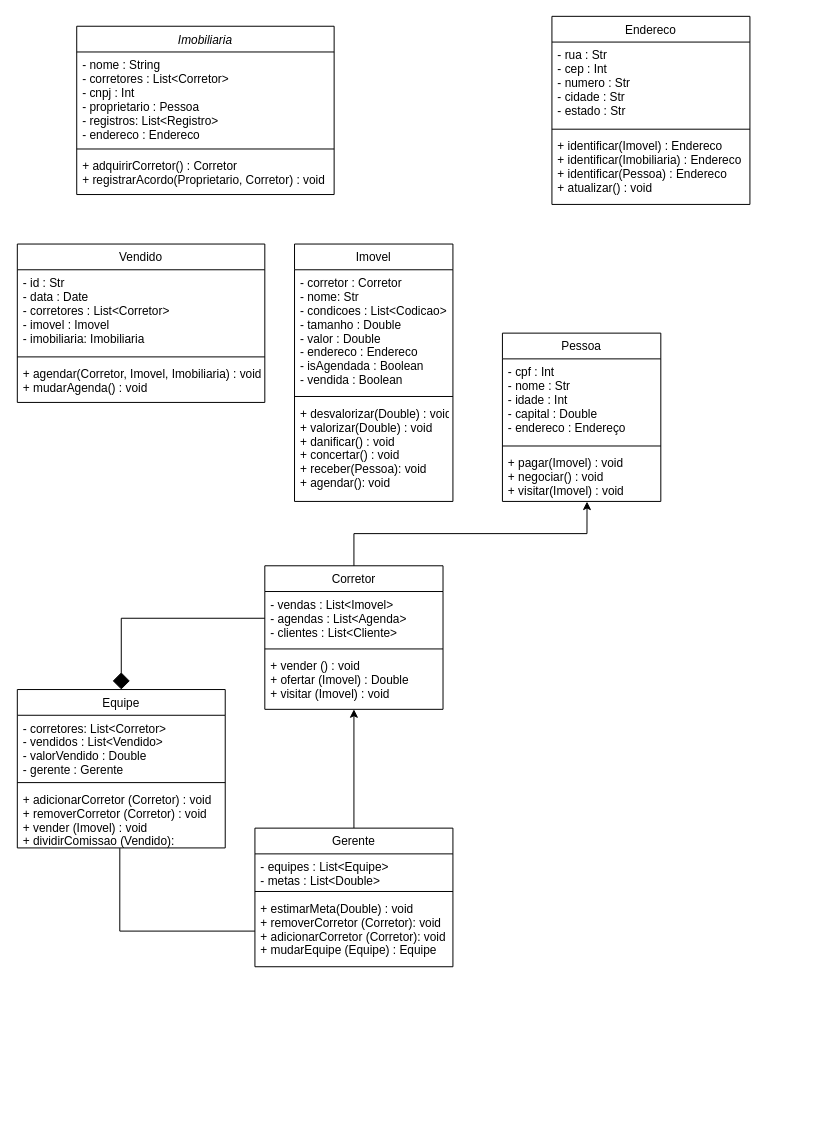
Earlier version of the draw.io diagram Diagrama sem nome.drawio (Sant-Thiago/Estudos). Source tidied: cells renumbered, new cells numbered last; positions are measured from the earlier drawing's top-left corner, leaving out a move shared by most shapes. Both pictures are drawn from the tidied source at 99%, with x=0, y=0 at pixel (17, 16).
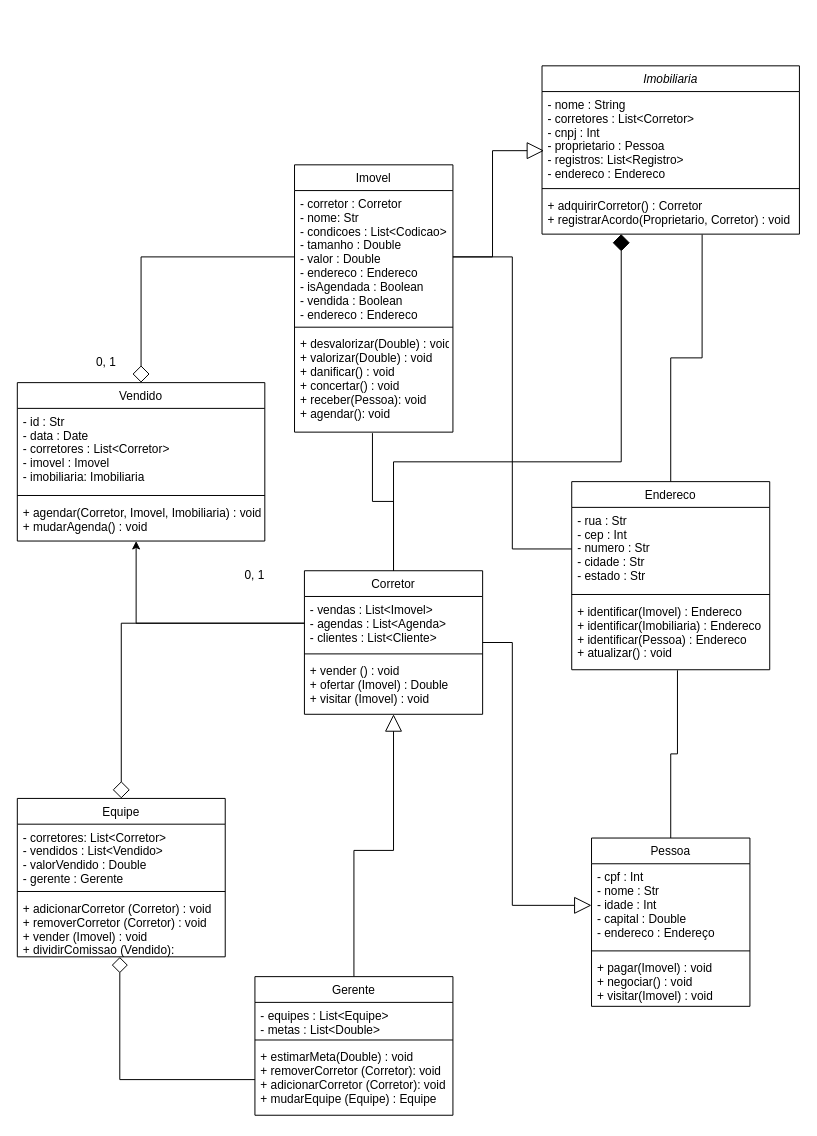
Above is the later version.

Unchanged cells that the change refers to:
```xml
<mxCell id="3" value="- nome : String&#10;- corretores : List&lt;Corretor&gt;&#10;- cnpj : Int&#10;- proprietario : Pessoa&#10;- registros: List&lt;Registro&gt;&#10;- endereco : Endereco" style="text;align=left;verticalAlign=top;spacingLeft=4;spacingRight=4;overflow=hidden;points=[[0,0.5],[1,0.5]];portConstraint=eastwest;" parent="2" vertex="1">
  <mxGeometry y="26" width="260" height="94" as="geometry" />
</mxCell>
<mxCell id="5" value="+ adquirirCorretor() : Corretor&#10;+ registrarAcordo(Proprietario, Corretor) : void&#10;" style="text;align=left;verticalAlign=top;spacingLeft=4;spacingRight=4;overflow=hidden;points=[[0,0.5],[1,0.5]];portConstraint=eastwest;" parent="2" vertex="1">
  <mxGeometry y="128" width="260" height="42" as="geometry" />
</mxCell>
<mxCell id="11" value="- cpf : Int&#10;- nome : Str&#10;- idade : Int&#10;- capital : Double&#10;- endereco : Endereço" style="text;align=left;verticalAlign=top;spacingLeft=4;spacingRight=4;overflow=hidden;points=[[0,0.5],[1,0.5]];portConstraint=eastwest;" parent="10" vertex="1">
  <mxGeometry y="26" width="160" height="84" as="geometry" />
</mxCell>
<mxCell id="13" value="+ pagar(Imovel) : void&#10;+ negociar() : void&#10;+ visitar(Imovel) : void&#10;" style="text;align=left;verticalAlign=top;spacingLeft=4;spacingRight=4;overflow=hidden;points=[[0,0.5],[1,0.5]];portConstraint=eastwest;" parent="10" vertex="1">
  <mxGeometry y="118" width="160" height="52" as="geometry" />
</mxCell>
<mxCell id="15" value="- rua : Str&#10;- cep : Int&#10;- numero : Str&#10;- cidade : Str&#10;- estado : Str" style="text;align=left;verticalAlign=top;spacingLeft=4;spacingRight=4;overflow=hidden;points=[[0,0.5],[1,0.5]];portConstraint=eastwest;" parent="14" vertex="1">
  <mxGeometry y="26" width="200" height="84" as="geometry" />
</mxCell>
<mxCell id="17" value="+ identificar(Imovel) : Endereco&#10;+ identificar(Imobiliaria) : Endereco&#10;+ identificar(Pessoa) : Endereco&#10;+ atualizar() : void" style="text;align=left;verticalAlign=top;spacingLeft=4;spacingRight=4;overflow=hidden;points=[[0,0.5],[1,0.5]];portConstraint=eastwest;" parent="14" vertex="1">
  <mxGeometry y="118" width="200" height="72" as="geometry" />
</mxCell>
<mxCell id="19" value="- vendas : List&lt;Imovel&gt;&#10;- agendas : List&lt;Agenda&gt; &#10;- clientes : List&lt;Cliente&gt;&#10;" style="text;align=left;verticalAlign=top;spacingLeft=4;spacingRight=4;overflow=hidden;points=[[0,0.5],[1,0.5]];portConstraint=eastwest;" parent="18" vertex="1">
  <mxGeometry y="26" width="180" height="54" as="geometry" />
</mxCell>
<mxCell id="25" value="+ agendar(Corretor, Imovel, Imobiliaria) : void&#10;+ mudarAgenda() : void" style="text;align=left;verticalAlign=top;spacingLeft=4;spacingRight=4;overflow=hidden;points=[[0,0.5],[1,0.5]];portConstraint=eastwest;" parent="22" vertex="1">
  <mxGeometry y="118" width="250" height="42" as="geometry" />
</mxCell>
<mxCell id="30" value="+ estimarMeta(Double) : void&#10;+ removerCorretor (Corretor): void&#10;+ adicionarCorretor (Corretor): void&#10;+ mudarEquipe (Equipe) : Equipe" style="text;align=left;verticalAlign=top;spacingLeft=4;spacingRight=4;overflow=hidden;points=[[0,0.5],[1,0.5]];portConstraint=eastwest;" parent="27" vertex="1">
  <mxGeometry y="68" width="200" height="72" as="geometry" />
</mxCell>
<mxCell id="35" value="+ adicionarCorretor (Corretor) : void&#10;+ removerCorretor (Corretor) : void&#10;+ vender (Imovel) : void&#10;+ dividirComissao (Vendido): " style="text;align=left;verticalAlign=top;spacingLeft=4;spacingRight=4;overflow=hidden;points=[[0,0.5],[1,0.5]];portConstraint=eastwest;" parent="32" vertex="1">
  <mxGeometry y="98" width="210" height="62" as="geometry" />
</mxCell>
```

The edit, as a diff of the source:
```diff
@@
     <mxCell id="2" value="Imobiliaria" style="swimlane;fontStyle=2;align=center;verticalAlign=top;horizontal=1;startSize=26;rounded=0;shadow=0;strokeWidth=1;" parent="1" vertex="1">
-      <mxGeometry x="60" y="10" width="260" height="170" as="geometry" />
+      <mxGeometry x="530" y="50" width="260" height="170" as="geometry" />
     </mxCell>
@@
     <mxCell id="6" value="Imovel" style="swimlane;fontStyle=0;align=center;verticalAlign=top;horizontal=1;startSize=26;rounded=0;shadow=0;strokeWidth=1;" parent="1" vertex="1">
-      <mxGeometry x="280" y="230" width="160" height="260" as="geometry" />
+      <mxGeometry x="280" y="150" width="160" height="270" as="geometry" />
     </mxCell>
-    <mxCell id="7" value="- corretor : Corretor&#10;- nome: Str&#10;- condicoes : List&lt;Codicao&gt;&#10;- tamanho : Double&#10;- valor : Double&#10;- endereco : Endereco&#10;- isAgendada : Boolean&#10;- vendida : Boolean" style="text;align=left;verticalAlign=top;spacingLeft=4;spacingRight=4;overflow=hidden;points=[[0,0.5],[1,0.5]];portConstraint=eastwest;" parent="6" vertex="1">
-      <mxGeometry y="26" width="160" height="124" as="geometry" />
+    <mxCell id="7" value="- corretor : Corretor&#10;- nome: Str&#10;- condicoes : List&lt;Codicao&gt;&#10;- tamanho : Double&#10;- valor : Double&#10;- endereco : Endereco&#10;- isAgendada : Boolean&#10;- vendida : Boolean&#10;- endereco : Endereco" style="text;align=left;verticalAlign=top;spacingLeft=4;spacingRight=4;overflow=hidden;points=[[0,0.5],[1,0.5]];portConstraint=eastwest;" parent="6" vertex="1">
+      <mxGeometry y="26" width="160" height="134" as="geometry" />
     </mxCell>
     <mxCell id="8" style="line;html=1;strokeWidth=1;align=left;verticalAlign=middle;spacingTop=-1;spacingLeft=3;spacingRight=3;labelPosition=right;" parent="6" vertex="1">
-      <mxGeometry y="150" width="160" height="8" as="geometry" />
+      <mxGeometry y="160" width="160" height="8" as="geometry" />
     </mxCell>
     <mxCell id="9" value="+ desvalorizar(Double) : void&#10;+ valorizar(Double) : void&#10;+ danificar() : void&#10;+ concertar() : void&#10;+ receber(Pessoa): void&#10;+ agendar(): void" style="text;align=left;verticalAlign=top;spacingLeft=4;spacingRight=4;overflow=hidden;points=[[0,0.5],[1,0.5]];portConstraint=eastwest;" parent="6" vertex="1">
-      <mxGeometry y="158" width="160" height="102" as="geometry" />
+      <mxGeometry y="168" width="160" height="102" as="geometry" />
     </mxCell>
+    <mxCell id="38" style="edgeStyle=orthogonalEdgeStyle;rounded=0;jettySize=auto;html=1;entryX=0.534;entryY=1.008;entryDx=0;entryDy=0;entryPerimeter=0;endArrow=none;endFill=0;" parent="1" edge="1" source="10" target="17">
+      <mxGeometry relative="1" as="geometry" />
+    </mxCell>
     <mxCell id="10" value="Pessoa" style="swimlane;fontStyle=0;align=center;verticalAlign=top;horizontal=1;startSize=26;rounded=0;shadow=0;strokeWidth=1;" parent="1" vertex="1">
-      <mxGeometry x="490" y="320" width="160" height="170" as="geometry" />
+      <mxGeometry x="580" y="830" width="160" height="170" as="geometry" />
     </mxCell>
@@
     <mxCell id="14" value="Endereco" style="swimlane;fontStyle=0;align=center;verticalAlign=top;horizontal=1;startSize=26;rounded=0;shadow=0;strokeWidth=1;" parent="1" vertex="1">
-      <mxGeometry x="540" width="200" height="190" as="geometry" />
+      <mxGeometry x="560" y="470" width="200" height="190" as="geometry" />
     </mxCell>
@@
     <mxCell id="18" value="Corretor" style="swimlane;fontStyle=0;align=center;verticalAlign=top;horizontal=1;startSize=26;rounded=0;shadow=0;strokeWidth=1;" parent="1" vertex="1">
-      <mxGeometry x="250" y="555" width="180" height="145" as="geometry" />
+      <mxGeometry x="290" y="560" width="180" height="145" as="geometry" />
     </mxCell>
@@
     <mxCell id="22" value="Vendido" style="swimlane;fontStyle=0;align=center;verticalAlign=top;horizontal=1;startSize=26;rounded=0;shadow=0;strokeWidth=1;" parent="1" vertex="1">
-      <mxGeometry y="230" width="250" height="160" as="geometry" />
+      <mxGeometry y="370" width="250" height="160" as="geometry" />
     </mxCell>
@@
-    <mxCell id="26" style="edgeStyle=orthogonalEdgeStyle;rounded=0;jettySize=auto;html=1;entryX=0.5;entryY=1;entryDx=0;entryDy=0;" parent="1" edge="1" source="27" target="18">
+    <mxCell id="26" style="edgeStyle=orthogonalEdgeStyle;rounded=0;jettySize=auto;html=1;entryX=0.5;entryY=1;entryDx=0;entryDy=0;endArrow=block;endFill=0;endSize=15;" parent="1" edge="1" source="27" target="18">
       <mxGeometry relative="1" as="geometry" />
     </mxCell>
     <mxCell id="27" value="Gerente" style="swimlane;fontStyle=0;align=center;verticalAlign=top;horizontal=1;startSize=26;rounded=0;shadow=0;strokeWidth=1;" parent="1" vertex="1">
-      <mxGeometry x="240" y="820" width="200" height="140" as="geometry" />
+      <mxGeometry x="240" y="970" width="200" height="140" as="geometry" />
     </mxCell>
@@
-    <mxCell id="31" style="edgeStyle=orthogonalEdgeStyle;rounded=0;jettySize=auto;html=1;entryX=0.534;entryY=1.003;entryDx=0;entryDy=0;entryPerimeter=0;" parent="1" edge="1" source="18" target="13">
-      <mxGeometry relative="1" as="geometry" />
+    <mxCell id="31" style="edgeStyle=orthogonalEdgeStyle;rounded=0;jettySize=auto;html=1;entryX=0;entryY=0.5;entryDx=0;entryDy=0;endArrow=block;endFill=0;endSize=15;" parent="1" edge="1" source="18" target="11">
+      <mxGeometry relative="1" as="geometry">
+        <Array as="points">
+          <mxPoint x="500" y="633" />
+          <mxPoint x="500" y="898" />
+        </Array>
+      </mxGeometry>
     </mxCell>
     <mxCell id="32" value="Equipe" style="swimlane;fontStyle=0;align=center;verticalAlign=top;horizontal=1;startSize=26;rounded=0;shadow=0;strokeWidth=1;" parent="1" vertex="1">
-      <mxGeometry y="680" width="210" height="160" as="geometry" />
+      <mxGeometry y="790" width="210" height="160" as="geometry" />
     </mxCell>
@@
-    <mxCell id="36" style="edgeStyle=orthogonalEdgeStyle;rounded=0;jettySize=auto;html=1;entryX=0.493;entryY=1.002;entryDx=0;entryDy=0;entryPerimeter=0;endArrow=none;endFill=0;" parent="1" edge="1" source="30" target="35">
+    <mxCell id="36" style="edgeStyle=orthogonalEdgeStyle;rounded=0;jettySize=auto;html=1;entryX=0.493;entryY=1.002;entryDx=0;entryDy=0;entryPerimeter=0;endArrow=diamond;endFill=0;endSize=14;" parent="1" edge="1" source="30" target="35">
       <mxGeometry relative="1" as="geometry" />
     </mxCell>
-    <mxCell id="37" style="edgeStyle=orthogonalEdgeStyle;rounded=0;jettySize=auto;html=1;endArrow=diamond;endFill=1;endSize=15;" parent="1" edge="1" source="19" target="32">
+    <mxCell id="37" style="edgeStyle=orthogonalEdgeStyle;rounded=0;jettySize=auto;html=1;endArrow=diamond;endFill=0;endSize=15;" parent="1" edge="1" source="19" target="32">
       <mxGeometry relative="1" as="geometry" />
     </mxCell>
+    <mxCell id="39" style="edgeStyle=orthogonalEdgeStyle;rounded=0;jettySize=auto;html=1;endArrow=diamond;endFill=1;endSize=15;" parent="1" edge="1" target="5">
+      <mxGeometry relative="1" as="geometry">
+        <mxPoint x="380" y="560" as="sourcePoint" />
+        <Array as="points">
+          <mxPoint x="380" y="450" />
+          <mxPoint x="610" y="450" />
+        </Array>
+      </mxGeometry>
+    </mxCell>
+    <mxCell id="40" style="edgeStyle=orthogonalEdgeStyle;rounded=0;jettySize=auto;html=1;entryX=0.492;entryY=1.01;entryDx=0;entryDy=0;entryPerimeter=0;endArrow=none;endFill=0;" parent="1" edge="1" source="18" target="9">
+      <mxGeometry relative="1" as="geometry" />
+    </mxCell>
+    <mxCell id="41" style="edgeStyle=orthogonalEdgeStyle;rounded=0;jettySize=auto;html=1;entryX=0.622;entryY=1.01;entryDx=0;entryDy=0;entryPerimeter=0;endArrow=none;endFill=0;" parent="1" edge="1" source="14" target="5">
+      <mxGeometry relative="1" as="geometry" />
+    </mxCell>
+    <mxCell id="42" style="edgeStyle=orthogonalEdgeStyle;rounded=0;jettySize=auto;html=1;entryX=0.008;entryY=0.635;entryDx=0;entryDy=0;entryPerimeter=0;endArrow=block;endFill=0;endSize=15;" parent="1" edge="1" source="7" target="3">
+      <mxGeometry relative="1" as="geometry" />
+    </mxCell>
+    <mxCell id="43" style="edgeStyle=orthogonalEdgeStyle;rounded=0;jettySize=auto;html=1;endArrow=none;endFill=0;" parent="1" edge="1" source="7" target="15">
+      <mxGeometry relative="1" as="geometry" />
+    </mxCell>
+    <mxCell id="44" style="edgeStyle=orthogonalEdgeStyle;rounded=0;jettySize=auto;html=1;entryX=0.5;entryY=0;entryDx=0;entryDy=0;endArrow=diamond;endFill=0;endSize=15;" parent="1" edge="1" source="7" target="22">
+      <mxGeometry relative="1" as="geometry" />
+    </mxCell>
+    <mxCell id="45" value="0, 1" style="text;html=1;align=center;verticalAlign=middle;whiteSpace=wrap;rounded=0;" parent="1" vertex="1">
+      <mxGeometry x="70" y="340" width="40" height="20" as="geometry" />
+    </mxCell>
+    <mxCell id="46" value="0, 1" style="text;html=1;align=center;verticalAlign=middle;whiteSpace=wrap;rounded=0;" parent="1" vertex="1">
+      <mxGeometry x="220" y="555" width="40" height="20" as="geometry" />
+    </mxCell>
+    <mxCell id="47" style="edgeStyle=orthogonalEdgeStyle;rounded=0;jettySize=auto;html=1;entryX=0.48;entryY=1;entryDx=0;entryDy=0;entryPerimeter=0;" parent="1" edge="1" source="19" target="25">
+      <mxGeometry relative="1" as="geometry" />
+    </mxCell>
```
